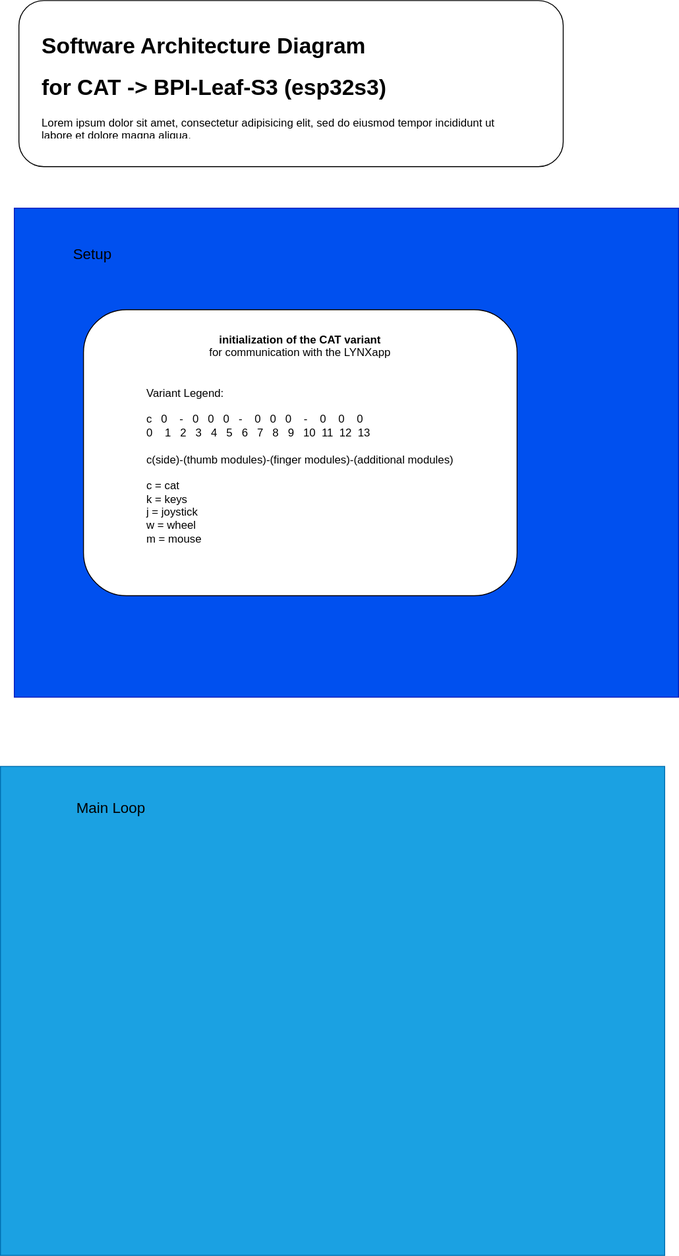
This is images/SAD.svg from ApeDevil/cat_BPI-Leaf-S3, a draw.io export, as it was before one commit. Source tidied: cells renumbered, new cells last; positions are measured from the earlier drawing's top-left corner, leaving out a move shared by most shapes.
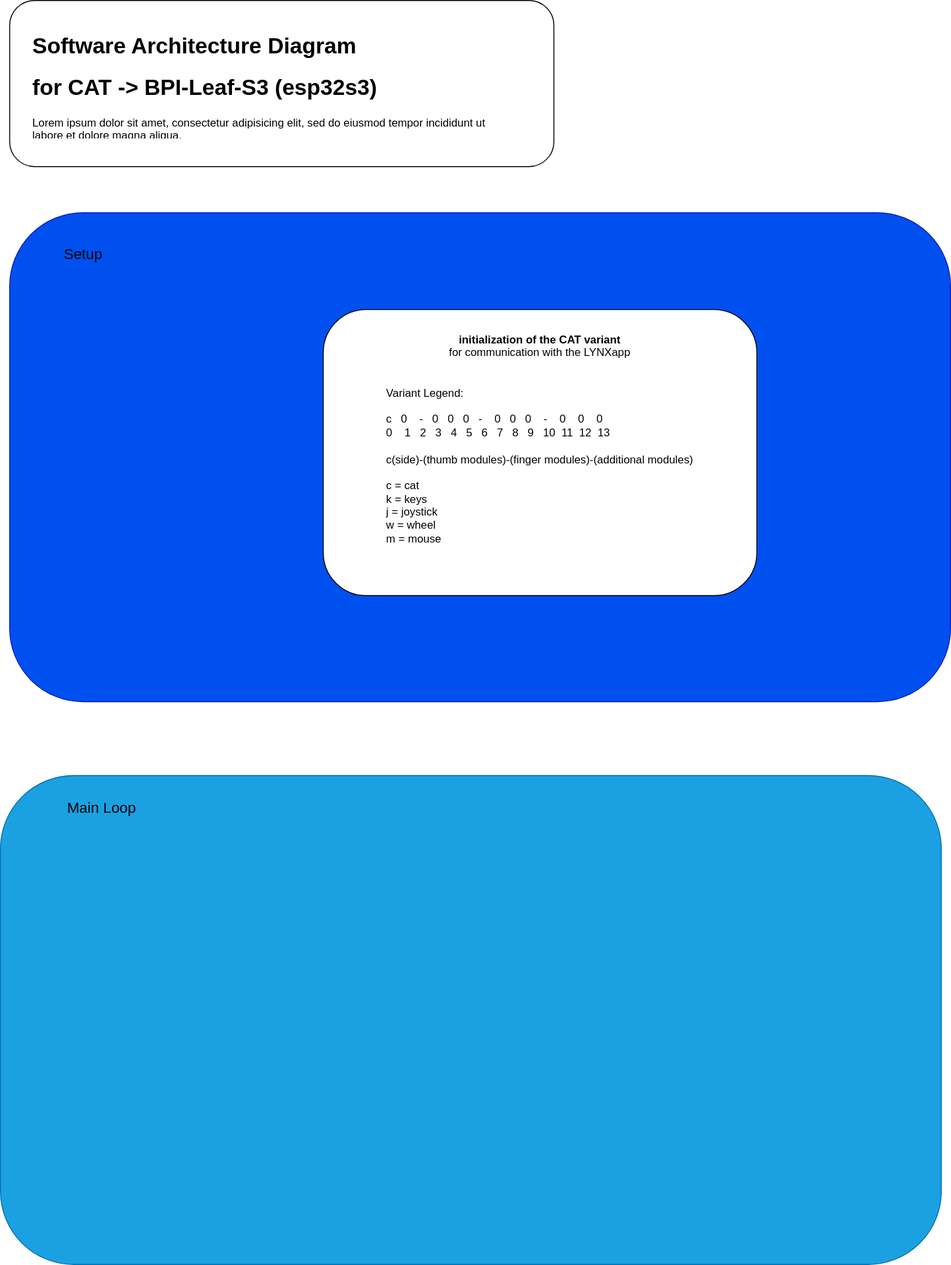
Above is the later version.

Change to the diagram source:
```diff
@@ -2,21 +2,21 @@
   <root>
     <mxCell id="0" />
     <mxCell id="1" parent="0" />
+    <mxCell id="9" style="rounded=1;whiteSpace=wrap;html=1;fillColor=#1ba1e2;fontColor=#ffffff;strokeColor=#006EAF;" parent="1" vertex="1">
+      <mxGeometry x="10" y="840" width="1020" height="530" as="geometry" />
+    </mxCell>
+    <mxCell id="10" style="rounded=1;whiteSpace=wrap;html=1;fillColor=#0050ef;fontColor=#ffffff;strokeColor=#001DBC;" parent="1" vertex="1">
+      <mxGeometry x="20" y="230" width="1020" height="530" as="geometry" />
+    </mxCell>
     <mxCell id="2" style="rounded=1;whiteSpace=wrap;html=1;" parent="1" vertex="1">
       <mxGeometry x="20" width="590" height="180" as="geometry" />
     </mxCell>
-    <mxCell id="3" style="rounded=0;whiteSpace=wrap;html=1;fillColor=#0050ef;strokeColor=#001DBC;fontColor=#ffffff;" parent="1" vertex="1">
-      <mxGeometry x="15" y="225" width="720" height="530" as="geometry" />
-    </mxCell>
     <mxCell id="4" value="&lt;h1&gt;Software Architecture Diagram&lt;/h1&gt;&lt;h1&gt;for CAT -&amp;gt; BPI-Leaf-S3 (esp32s3)&lt;/h1&gt;&lt;p&gt;Lorem ipsum dolor sit amet, consectetur adipisicing elit, sed do eiusmod tempor incididunt ut labore et dolore magna aliqua.&lt;/p&gt;" style="text;html=1;strokeColor=none;fillColor=none;spacing=5;spacingTop=-20;whiteSpace=wrap;overflow=hidden;rounded=0;" parent="1" vertex="1">
       <mxGeometry x="40" y="30" width="530" height="120" as="geometry" />
     </mxCell>
     <mxCell id="5" value="&lt;b&gt;initialization of the CAT variant&lt;/b&gt;&lt;br&gt;for communication with the LYNXapp&lt;br&gt;&lt;br&gt;&lt;span style=&quot;background-color: initial;&quot;&gt;&lt;br&gt;&lt;div style=&quot;text-align: left;&quot;&gt;&lt;span style=&quot;background-color: initial;&quot;&gt;Variant Legend:&lt;/span&gt;&lt;/div&gt;&lt;/span&gt;&lt;div style=&quot;text-align: left;&quot;&gt;&lt;div&gt;&lt;br&gt;&lt;/div&gt;&lt;div&gt;c&amp;nbsp; &amp;nbsp;0&amp;nbsp; &amp;nbsp; -&amp;nbsp; &amp;nbsp;0&amp;nbsp; &amp;nbsp;0&amp;nbsp; &amp;nbsp;0&amp;nbsp; &amp;nbsp;-&amp;nbsp; &amp;nbsp; 0&amp;nbsp; &amp;nbsp;0&amp;nbsp; &amp;nbsp;0&amp;nbsp; &amp;nbsp; -&amp;nbsp; &amp;nbsp; 0&amp;nbsp; &amp;nbsp; 0&amp;nbsp; &amp;nbsp; 0&lt;/div&gt;&lt;div&gt;0&amp;nbsp; &amp;nbsp; 1&amp;nbsp; &amp;nbsp;2&amp;nbsp; &amp;nbsp;3&amp;nbsp; &amp;nbsp;4&amp;nbsp; &amp;nbsp;5&amp;nbsp; &amp;nbsp;6&amp;nbsp; &amp;nbsp;7&amp;nbsp; &amp;nbsp;8&amp;nbsp; &amp;nbsp;9&amp;nbsp; &amp;nbsp;10&amp;nbsp; 11&amp;nbsp; 12&amp;nbsp; 13&lt;/div&gt;&lt;div&gt;&lt;br&gt;&lt;/div&gt;&lt;div&gt;c(side)-(thumb modules)-(finger modules)-(additional modules)&lt;/div&gt;&lt;div&gt;&lt;br&gt;&lt;/div&gt;&lt;div&gt;c = cat&lt;/div&gt;&lt;div&gt;k = keys&lt;/div&gt;&lt;div&gt;j = joystick&lt;/div&gt;&lt;div&gt;w = wheel&lt;/div&gt;&lt;div&gt;m = mouse&lt;/div&gt;&lt;div&gt;&lt;br&gt;&lt;/div&gt;&lt;div&gt;&lt;br&gt;&lt;/div&gt;&lt;/div&gt;" style="rounded=1;whiteSpace=wrap;html=1;" parent="1" vertex="1">
-      <mxGeometry x="90" y="335" width="470" height="310" as="geometry" />
+      <mxGeometry x="360" y="335" width="470" height="310" as="geometry" />
     </mxCell>
-    <mxCell id="6" style="rounded=0;whiteSpace=wrap;html=1;fillColor=#1ba1e2;strokeColor=#006EAF;fontColor=#ffffff;" parent="1" vertex="1">
-      <mxGeometry y="830" width="720" height="530" as="geometry" />
-    </mxCell>
     <mxCell id="7" value="Setup" style="text;html=1;strokeColor=none;fillColor=none;align=center;verticalAlign=middle;whiteSpace=wrap;rounded=0;fontSize=16;fontColor=#000000;" parent="1" vertex="1">
       <mxGeometry x="70" y="260" width="60" height="30" as="geometry" />
     </mxCell>
```
